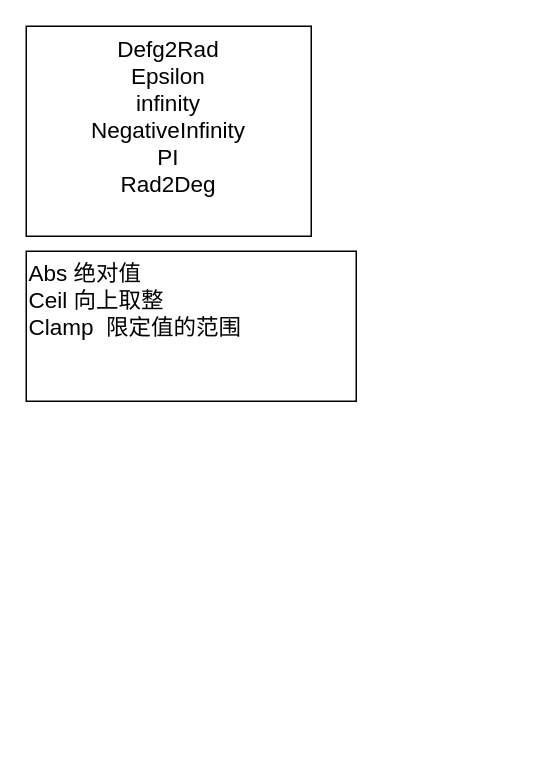
yangcanlaile/unity-chart keeps this draw.io diagram as page "Mathf" (2 of 3) of Untitled Diagram.drawio. Above is the earlier version. Source tidied: cells renumbered, new cells numbered last; positions are measured from the earlier drawing's top-left corner, leaving out a move shared by most shapes. Both pictures are drawn from the tidied source at 150%, with x=0, y=0 at pixel (26, 26).
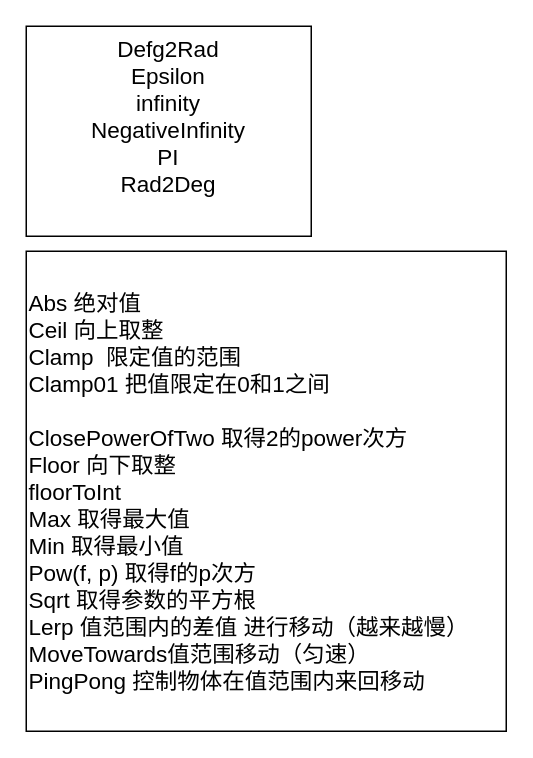
The same diagram, later.

Change to the diagram source:
```diff
@@
 <mxGraphModel>
   <root>
     <mxCell id="0" />
     <mxCell id="1" parent="0" />
     <mxCell id="2" value="Defg2Rad&lt;br style=&quot;font-size: 15px;&quot;&gt;Epsilon&lt;br style=&quot;font-size: 15px;&quot;&gt;infinity&lt;br style=&quot;font-size: 15px;&quot;&gt;NegativeInfinity&lt;br style=&quot;font-size: 15px;&quot;&gt;PI&lt;br style=&quot;font-size: 15px;&quot;&gt;Rad2Deg&lt;br style=&quot;font-size: 15px;&quot;&gt;" style="rounded=0;whiteSpace=wrap;html=1;fontSize=15;verticalAlign=top;" parent="1" vertex="1">
       <mxGeometry width="190" height="140" as="geometry" />
     </mxCell>
-    <mxCell id="3" value="Abs 绝对值&lt;br&gt;Ceil 向上取整&lt;br&gt;Clamp&amp;nbsp; 限定值的范围&lt;br&gt;&lt;br&gt;&lt;br&gt;" style="rounded=0;whiteSpace=wrap;html=1;fontSize=15;align=left;" parent="1" vertex="1">
-      <mxGeometry y="150" width="220" height="100" as="geometry" />
+    <mxCell id="3" value="Abs 绝对值&lt;br&gt;Ceil 向上取整&lt;br&gt;Clamp&amp;nbsp; 限定值的范围&lt;br&gt;Clamp01&amp;nbsp;把值限定在0和1之间&lt;br&gt;&lt;br&gt;ClosePowerOfTwo&amp;nbsp;取得2的power次方&lt;br&gt;Floor&amp;nbsp;向下取整&lt;br&gt;floorToInt&amp;nbsp;&lt;br&gt;Max&amp;nbsp;取得最大值&lt;br&gt;Min&amp;nbsp;取得最小值&lt;br&gt;Pow(f, p)&amp;nbsp;取得f的p次方&lt;br&gt;Sqrt&amp;nbsp;取得参数的平方根&lt;br&gt;Lerp&amp;nbsp;值范围内的差值&amp;nbsp;进行移动（越来越慢）&lt;br&gt;MoveTowards值范围移动（匀速）&lt;br&gt;PingPong&amp;nbsp;控制物体在值范围内来回移动&lt;br&gt;" style="rounded=0;whiteSpace=wrap;html=1;fontSize=15;align=left;" parent="1" vertex="1">
+      <mxGeometry y="150" width="320" height="320" as="geometry" />
     </mxCell>
   </root>
 </mxGraphModel>
```
